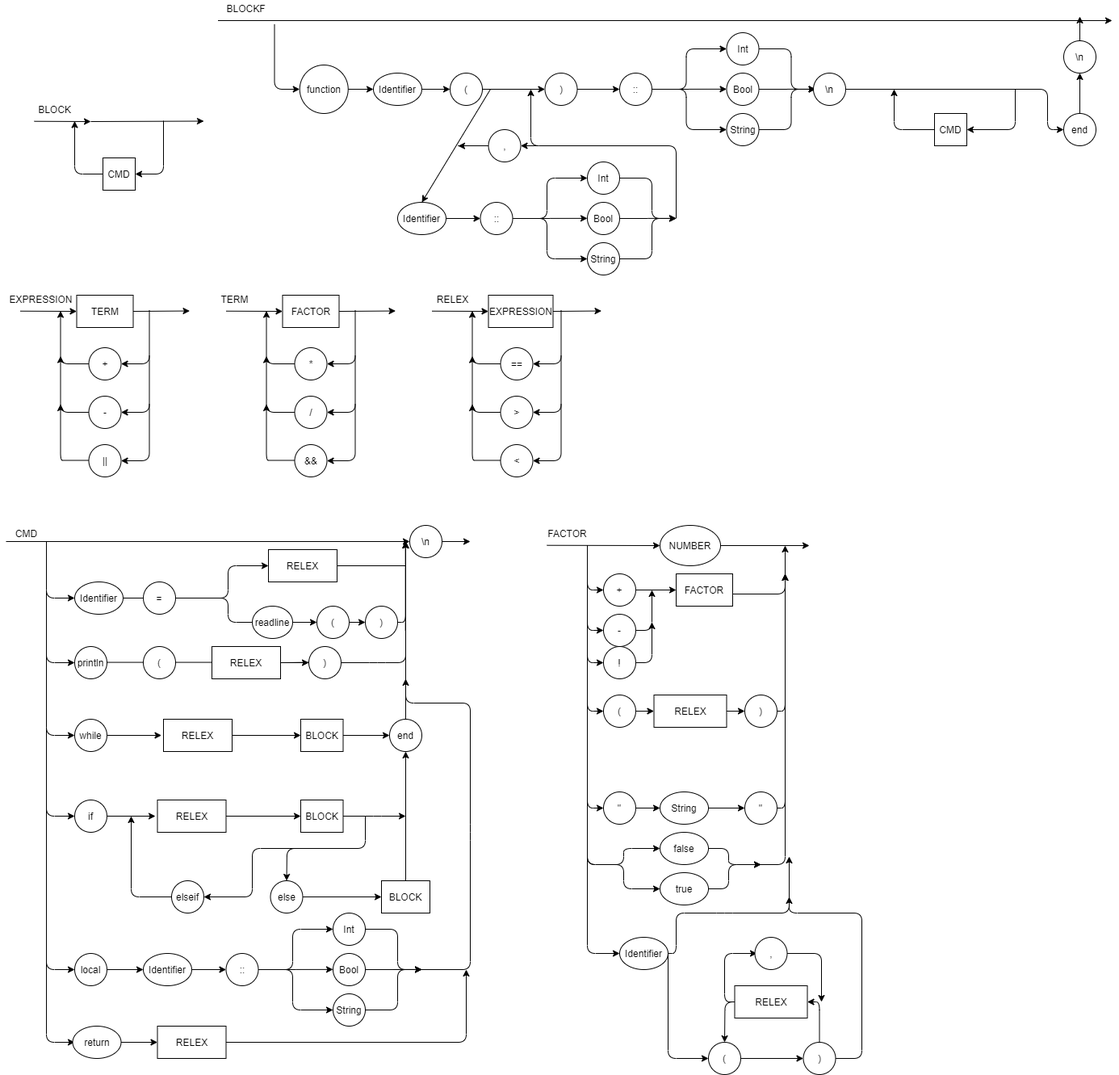
Before: Diagrams/diagrama7.png, a diagram exported from draw.io (IagoMendes/CompiladorJulia). Source tidied: cells renumbered, new cells last; positions are measured from the earlier drawing's top-left corner, leaving out a move shared by most shapes.
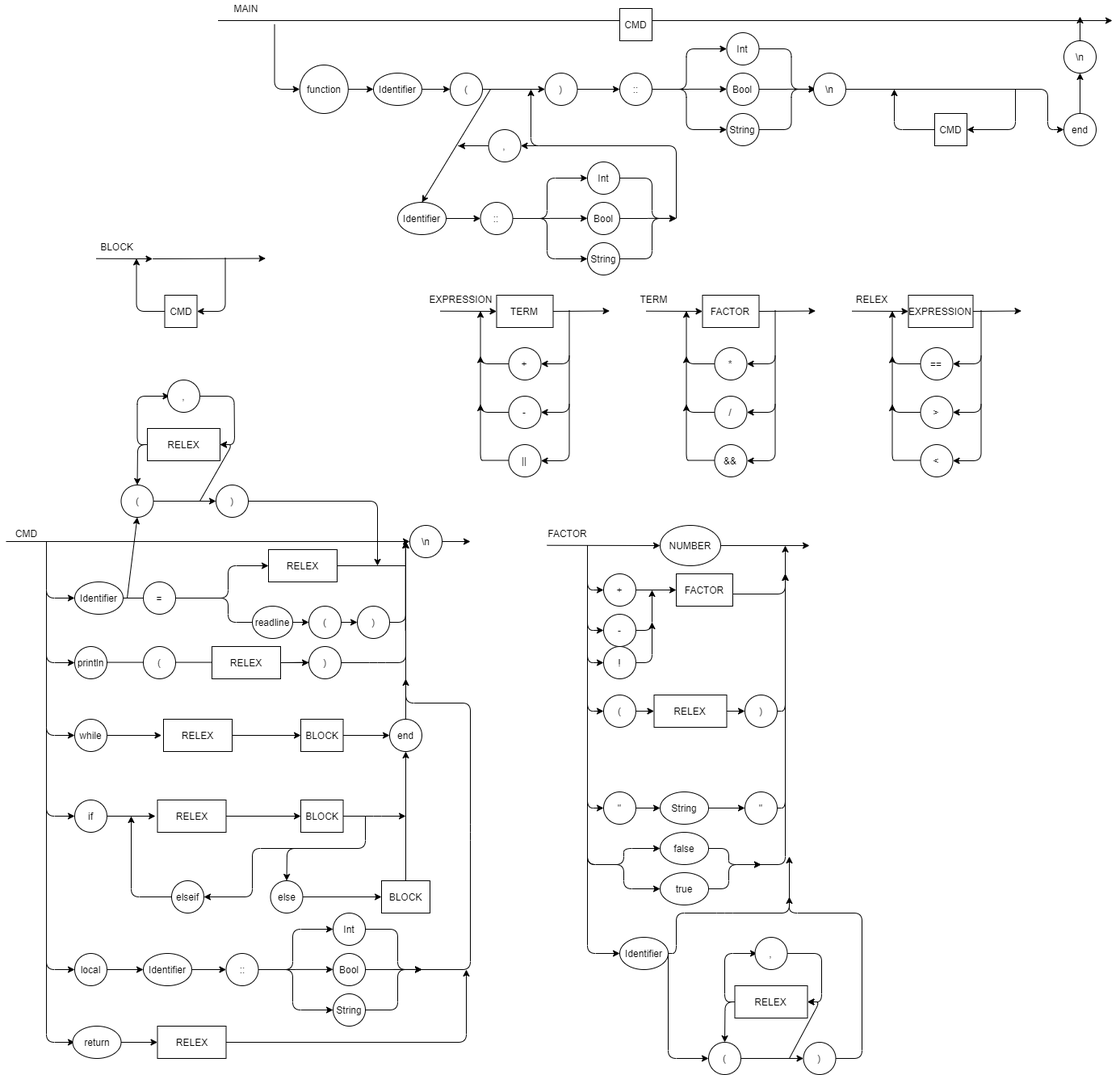
Later version of the same file.

The edit, as a diff of the source:
```diff
@@ -6,3 +6,3 @@
       <mxGeometry relative="1" as="geometry">
-        <mxPoint x="229.5" y="384.5" as="targetPoint" />
+        <mxPoint x="749.5" y="384.5" as="targetPoint" />
       </mxGeometry>
@@ -11,6 +11,6 @@
       <mxGeometry relative="1" as="geometry">
-        <mxPoint x="179.5" y="500" as="sourcePoint" />
-        <mxPoint x="144.5" y="570" as="targetPoint" />
+        <mxPoint x="699.5" y="500" as="sourcePoint" />
+        <mxPoint x="664.5" y="570" as="targetPoint" />
         <Array as="points">
-          <mxPoint x="179.5" y="570" />
+          <mxPoint x="699.5" y="570" />
         </Array>
@@ -20,5 +20,5 @@
       <mxGeometry relative="1" as="geometry">
-        <mxPoint x="69.5" y="384.5" as="targetPoint" />
+        <mxPoint x="589.5" y="384.5" as="targetPoint" />
         <Array as="points">
-          <mxPoint x="69.5" y="450" />
+          <mxPoint x="589.5" y="450" />
         </Array>
@@ -28,6 +28,6 @@
       <mxGeometry relative="1" as="geometry">
-        <mxPoint x="104.5" y="510" as="sourcePoint" />
-        <mxPoint x="69.5" y="440.5" as="targetPoint" />
+        <mxPoint x="624.5" y="510" as="sourcePoint" />
+        <mxPoint x="589.5" y="440.5" as="targetPoint" />
         <Array as="points">
-          <mxPoint x="69.5" y="510" />
+          <mxPoint x="589.5" y="510" />
         </Array>
@@ -36,6 +36,6 @@
     <mxCell id="6" value="+" style="ellipse;whiteSpace=wrap;html=1;" parent="1" vertex="1">
-      <mxGeometry x="104.5" y="430" width="40" height="40" as="geometry" />
+      <mxGeometry x="624.5" y="430" width="40" height="40" as="geometry" />
     </mxCell>
     <mxCell id="7" value="-" style="ellipse;whiteSpace=wrap;html=1;" parent="1" vertex="1">
-      <mxGeometry x="104.5" y="490" width="40" height="40" as="geometry" />
+      <mxGeometry x="624.5" y="490" width="40" height="40" as="geometry" />
     </mxCell>
@@ -43,5 +43,5 @@
       <mxGeometry relative="1" as="geometry">
-        <mxPoint x="179.5" y="384" as="sourcePoint" />
+        <mxPoint x="699.5" y="384" as="sourcePoint" />
         <Array as="points">
-          <mxPoint x="179.5" y="450" />
+          <mxPoint x="699.5" y="450" />
         </Array>
@@ -51,3 +51,3 @@
       <mxGeometry relative="1" as="geometry">
-        <mxPoint x="19.5" y="384.7" as="sourcePoint" />
+        <mxPoint x="539.5" y="384.7" as="sourcePoint" />
       </mxGeometry>
@@ -56,3 +56,3 @@
       <mxGeometry relative="1" as="geometry">
-        <mxPoint x="484.5" y="384.5" as="targetPoint" />
+        <mxPoint x="1004.5" y="384.5" as="targetPoint" />
       </mxGeometry>
@@ -61,6 +61,6 @@
       <mxGeometry relative="1" as="geometry">
-        <mxPoint x="434.5" y="440" as="sourcePoint" />
-        <mxPoint x="399.5" y="510" as="targetPoint" />
+        <mxPoint x="954.5" y="440" as="sourcePoint" />
+        <mxPoint x="919.5" y="510" as="targetPoint" />
         <Array as="points">
-          <mxPoint x="434.5" y="510" />
+          <mxPoint x="954.5" y="510" />
         </Array>
@@ -70,5 +70,5 @@
       <mxGeometry relative="1" as="geometry">
-        <mxPoint x="324.5" y="384.5" as="targetPoint" />
+        <mxPoint x="844.5" y="384.5" as="targetPoint" />
         <Array as="points">
-          <mxPoint x="324.5" y="450" />
+          <mxPoint x="844.5" y="450" />
         </Array>
@@ -78,6 +78,6 @@
       <mxGeometry relative="1" as="geometry">
-        <mxPoint x="359.5" y="510" as="sourcePoint" />
-        <mxPoint x="324.5" y="440.5" as="targetPoint" />
+        <mxPoint x="879.5" y="510" as="sourcePoint" />
+        <mxPoint x="844.5" y="440.5" as="targetPoint" />
         <Array as="points">
-          <mxPoint x="324.5" y="510" />
+          <mxPoint x="844.5" y="510" />
         </Array>
@@ -86,6 +86,6 @@
     <mxCell id="14" value="*" style="ellipse;whiteSpace=wrap;html=1;" parent="1" vertex="1">
-      <mxGeometry x="359.5" y="430" width="40" height="40" as="geometry" />
+      <mxGeometry x="879.5" y="430" width="40" height="40" as="geometry" />
     </mxCell>
     <mxCell id="15" value="/" style="ellipse;whiteSpace=wrap;html=1;" parent="1" vertex="1">
-      <mxGeometry x="359.5" y="490" width="40" height="40" as="geometry" />
+      <mxGeometry x="879.5" y="490" width="40" height="40" as="geometry" />
     </mxCell>
@@ -93,5 +93,5 @@
       <mxGeometry relative="1" as="geometry">
-        <mxPoint x="434.5" y="384" as="sourcePoint" />
+        <mxPoint x="954.5" y="384" as="sourcePoint" />
         <Array as="points">
-          <mxPoint x="434.5" y="450" />
+          <mxPoint x="954.5" y="450" />
         </Array>
@@ -101,3 +101,3 @@
       <mxGeometry relative="1" as="geometry">
-        <mxPoint x="274.5" y="384.7" as="sourcePoint" />
+        <mxPoint x="794.5" y="384.7" as="sourcePoint" />
       </mxGeometry>
@@ -105,9 +105,9 @@
     <mxCell id="18" value="EXPRESSION" style="text;html=1;align=center;verticalAlign=middle;" parent="1" vertex="1">
-      <mxGeometry x="-0.5" y="360" width="90" height="20" as="geometry" />
+      <mxGeometry x="519.5" y="360" width="90" height="20" as="geometry" />
     </mxCell>
     <mxCell id="19" value="TERM" style="text;html=1;align=center;verticalAlign=middle;" parent="1" vertex="1">
-      <mxGeometry x="259.5" y="360" width="50" height="20" as="geometry" />
+      <mxGeometry x="779.5" y="360" width="50" height="20" as="geometry" />
     </mxCell>
     <mxCell id="20" value="TERM" style="rounded=0;whiteSpace=wrap;html=1;" parent="1" vertex="1">
-      <mxGeometry x="89.5" y="365" width="70" height="40" as="geometry" />
+      <mxGeometry x="609.5" y="365" width="70" height="40" as="geometry" />
     </mxCell>
@@ -149,3 +149,3 @@
     <mxCell id="28" value="FACTOR" style="rounded=0;whiteSpace=wrap;html=1;" parent="1" vertex="1">
-      <mxGeometry x="344.5" y="365" width="70" height="40" as="geometry" />
+      <mxGeometry x="864.5" y="365" width="70" height="40" as="geometry" />
     </mxCell>
@@ -202,4 +202,4 @@
       <mxGeometry relative="1" as="geometry">
-        <mxPoint x="107" y="150" as="sourcePoint" />
-        <mxPoint x="247" y="149.5" as="targetPoint" />
+        <mxPoint x="183.5" y="320" as="sourcePoint" />
+        <mxPoint x="323.5" y="319.5" as="targetPoint" />
       </mxGeometry>
@@ -208,5 +208,5 @@
       <mxGeometry relative="1" as="geometry">
-        <mxPoint x="87" y="149.5" as="targetPoint" />
+        <mxPoint x="163.5" y="319.5" as="targetPoint" />
         <Array as="points">
-          <mxPoint x="87" y="215" />
+          <mxPoint x="163.5" y="385" />
         </Array>
@@ -215,3 +215,3 @@
     <mxCell id="42" value="CMD" style="rounded=0;whiteSpace=wrap;html=1;" parent="1" vertex="1">
-      <mxGeometry x="122" y="195" width="40" height="40" as="geometry" />
+      <mxGeometry x="198.5" y="365" width="40" height="40" as="geometry" />
     </mxCell>
@@ -219,5 +219,5 @@
       <mxGeometry relative="1" as="geometry">
-        <mxPoint x="197" y="149" as="sourcePoint" />
+        <mxPoint x="273.5" y="319" as="sourcePoint" />
         <Array as="points">
-          <mxPoint x="197" y="215" />
+          <mxPoint x="273.5" y="385" />
         </Array>
@@ -227,4 +227,4 @@
       <mxGeometry relative="1" as="geometry">
-        <mxPoint x="37" y="149.7" as="sourcePoint" />
-        <mxPoint x="107" y="150" as="targetPoint" />
+        <mxPoint x="113.5" y="319.7" as="sourcePoint" />
+        <mxPoint x="183.5" y="320" as="targetPoint" />
       </mxGeometry>
@@ -232,3 +232,3 @@
     <mxCell id="45" value="BLOCK" style="text;html=1;align=center;verticalAlign=middle;" parent="1" vertex="1">
-      <mxGeometry x="32" y="125" width="60" height="20" as="geometry" />
+      <mxGeometry x="108.5" y="295" width="60" height="20" as="geometry" />
     </mxCell>
@@ -407,3 +407,3 @@
     <mxCell id="81" value="(" style="ellipse;whiteSpace=wrap;html=1;" parent="1" vertex="1">
-      <mxGeometry x="387" y="750" width="40" height="40" as="geometry" />
+      <mxGeometry x="377" y="750" width="40" height="40" as="geometry" />
     </mxCell>
@@ -416,3 +416,3 @@
     <mxCell id="84" value=")" style="ellipse;whiteSpace=wrap;html=1;" parent="1" vertex="1">
-      <mxGeometry x="447" y="750" width="40" height="40" as="geometry" />
+      <mxGeometry x="437" y="750" width="40" height="40" as="geometry" />
     </mxCell>
@@ -513,3 +513,3 @@
     <mxCell id="102" value="||" style="ellipse;whiteSpace=wrap;html=1;" parent="1" vertex="1">
-      <mxGeometry x="104.5" y="550" width="40" height="40" as="geometry" />
+      <mxGeometry x="624.5" y="550" width="40" height="40" as="geometry" />
     </mxCell>
@@ -517,6 +517,6 @@
       <mxGeometry relative="1" as="geometry">
-        <mxPoint x="179.5" y="440" as="sourcePoint" />
-        <mxPoint x="144.5" y="510" as="targetPoint" />
+        <mxPoint x="699.5" y="440" as="sourcePoint" />
+        <mxPoint x="664.5" y="510" as="targetPoint" />
         <Array as="points">
-          <mxPoint x="179.5" y="510" />
+          <mxPoint x="699.5" y="510" />
         </Array>
@@ -526,7 +526,7 @@
       <mxGeometry relative="1" as="geometry">
-        <mxPoint x="104.5" y="569.5" as="sourcePoint" />
-        <mxPoint x="69.5" y="500" as="targetPoint" />
+        <mxPoint x="624.5" y="569.5" as="sourcePoint" />
+        <mxPoint x="589.5" y="500" as="targetPoint" />
         <Array as="points">
-          <mxPoint x="79.5" y="569.5" />
-          <mxPoint x="69.5" y="569.5" />
+          <mxPoint x="599.5" y="569.5" />
+          <mxPoint x="589.5" y="569.5" />
         </Array>
@@ -536,6 +536,6 @@
       <mxGeometry relative="1" as="geometry">
-        <mxPoint x="434.5" y="500" as="sourcePoint" />
-        <mxPoint x="399.5" y="570" as="targetPoint" />
+        <mxPoint x="954.5" y="500" as="sourcePoint" />
+        <mxPoint x="919.5" y="570" as="targetPoint" />
         <Array as="points">
-          <mxPoint x="434.5" y="570" />
+          <mxPoint x="954.5" y="570" />
         </Array>
@@ -544,3 +544,3 @@
     <mxCell id="106" value="&amp;amp;&amp;amp;" style="ellipse;whiteSpace=wrap;html=1;" parent="1" vertex="1">
-      <mxGeometry x="359.5" y="550" width="40" height="40" as="geometry" />
+      <mxGeometry x="879.5" y="550" width="40" height="40" as="geometry" />
     </mxCell>
@@ -548,7 +548,7 @@
       <mxGeometry relative="1" as="geometry">
-        <mxPoint x="359.5" y="569.5" as="sourcePoint" />
-        <mxPoint x="324.5" y="500" as="targetPoint" />
+        <mxPoint x="879.5" y="569.5" as="sourcePoint" />
+        <mxPoint x="844.5" y="500" as="targetPoint" />
         <Array as="points">
-          <mxPoint x="334.5" y="569.5" />
-          <mxPoint x="324.5" y="569.5" />
+          <mxPoint x="854.5" y="569.5" />
+          <mxPoint x="844.5" y="569.5" />
         </Array>
@@ -558,3 +558,3 @@
       <mxGeometry relative="1" as="geometry">
-        <mxPoint x="739.5" y="384.5" as="targetPoint" />
+        <mxPoint x="1259.5" y="384.5" as="targetPoint" />
       </mxGeometry>
@@ -563,6 +563,6 @@
       <mxGeometry relative="1" as="geometry">
-        <mxPoint x="689.5" y="500" as="sourcePoint" />
-        <mxPoint x="654.5" y="570" as="targetPoint" />
+        <mxPoint x="1209.5" y="500" as="sourcePoint" />
+        <mxPoint x="1174.5" y="570" as="targetPoint" />
         <Array as="points">
-          <mxPoint x="689.5" y="570" />
+          <mxPoint x="1209.5" y="570" />
         </Array>
@@ -572,5 +572,5 @@
       <mxGeometry relative="1" as="geometry">
-        <mxPoint x="579.5" y="384.5" as="targetPoint" />
+        <mxPoint x="1099.5" y="384.5" as="targetPoint" />
         <Array as="points">
-          <mxPoint x="579.5" y="450" />
+          <mxPoint x="1099.5" y="450" />
         </Array>
@@ -580,6 +580,6 @@
       <mxGeometry relative="1" as="geometry">
-        <mxPoint x="614.5" y="510" as="sourcePoint" />
-        <mxPoint x="579.5" y="440.5" as="targetPoint" />
+        <mxPoint x="1134.5" y="510" as="sourcePoint" />
+        <mxPoint x="1099.5" y="440.5" as="targetPoint" />
         <Array as="points">
-          <mxPoint x="579.5" y="510" />
+          <mxPoint x="1099.5" y="510" />
         </Array>
@@ -588,6 +588,6 @@
     <mxCell id="112" value="==" style="ellipse;whiteSpace=wrap;html=1;" parent="1" vertex="1">
-      <mxGeometry x="614.5" y="430" width="40" height="40" as="geometry" />
+      <mxGeometry x="1134.5" y="430" width="40" height="40" as="geometry" />
     </mxCell>
     <mxCell id="113" value="&amp;gt;" style="ellipse;whiteSpace=wrap;html=1;" parent="1" vertex="1">
-      <mxGeometry x="614.5" y="490" width="40" height="40" as="geometry" />
+      <mxGeometry x="1134.5" y="490" width="40" height="40" as="geometry" />
     </mxCell>
@@ -595,5 +595,5 @@
       <mxGeometry relative="1" as="geometry">
-        <mxPoint x="689.5" y="384" as="sourcePoint" />
+        <mxPoint x="1209.5" y="384" as="sourcePoint" />
         <Array as="points">
-          <mxPoint x="689.5" y="450" />
+          <mxPoint x="1209.5" y="450" />
         </Array>
@@ -603,3 +603,3 @@
       <mxGeometry relative="1" as="geometry">
-        <mxPoint x="529.5" y="384.7" as="sourcePoint" />
+        <mxPoint x="1049.5" y="384.7" as="sourcePoint" />
       </mxGeometry>
@@ -607,9 +607,9 @@
     <mxCell id="116" value="RELEX" style="text;html=1;align=center;verticalAlign=middle;" parent="1" vertex="1">
-      <mxGeometry x="529.5" y="360" width="50" height="20" as="geometry" />
+      <mxGeometry x="1049.5" y="360" width="50" height="20" as="geometry" />
     </mxCell>
     <mxCell id="117" value="EXPRESSION" style="rounded=0;whiteSpace=wrap;html=1;" parent="1" vertex="1">
-      <mxGeometry x="599.5" y="365" width="80" height="40" as="geometry" />
+      <mxGeometry x="1119.5" y="365" width="80" height="40" as="geometry" />
     </mxCell>
     <mxCell id="118" value="&amp;lt;" style="ellipse;whiteSpace=wrap;html=1;" parent="1" vertex="1">
-      <mxGeometry x="614.5" y="550" width="40" height="40" as="geometry" />
+      <mxGeometry x="1134.5" y="550" width="40" height="40" as="geometry" />
     </mxCell>
@@ -617,6 +617,6 @@
       <mxGeometry relative="1" as="geometry">
-        <mxPoint x="689.5" y="440" as="sourcePoint" />
-        <mxPoint x="654.5" y="510" as="targetPoint" />
+        <mxPoint x="1209.5" y="440" as="sourcePoint" />
+        <mxPoint x="1174.5" y="510" as="targetPoint" />
         <Array as="points">
-          <mxPoint x="689.5" y="510" />
+          <mxPoint x="1209.5" y="510" />
         </Array>
@@ -626,7 +626,7 @@
       <mxGeometry relative="1" as="geometry">
-        <mxPoint x="614.5" y="569.5" as="sourcePoint" />
-        <mxPoint x="579.5" y="500" as="targetPoint" />
+        <mxPoint x="1134.5" y="569.5" as="sourcePoint" />
+        <mxPoint x="1099.5" y="500" as="targetPoint" />
         <Array as="points">
-          <mxPoint x="589.5" y="569.5" />
-          <mxPoint x="579.5" y="569.5" />
+          <mxPoint x="1109.5" y="569.5" />
+          <mxPoint x="1099.5" y="569.5" />
         </Array>
@@ -816,4 +816,4 @@
     </mxCell>
-    <mxCell id="152" value="BLOCKF" style="text;html=1;align=center;verticalAlign=middle;" parent="1" vertex="1">
-      <mxGeometry x="268.5" width="60" height="20" as="geometry" />
+    <mxCell id="152" value="MAIN" style="text;html=1;align=center;verticalAlign=middle;" parent="1" vertex="1">
+      <mxGeometry x="273.5" width="50" height="20" as="geometry" />
     </mxCell>
@@ -1115,4 +1115,5 @@
     </mxCell>
-    <mxCell id="211" style="endArrow=classic;html=1;entryX=1;entryY=0.5;entryDx=0;entryDy=0;exitX=0.5;exitY=0;exitDx=0;exitDy=0;" parent="1" edge="1" source="209" target="213">
+    <mxCell id="211" style="endArrow=classic;html=1;entryX=1;entryY=0.5;entryDx=0;entryDy=0;" parent="1" edge="1" target="213">
       <mxGeometry relative="1" as="geometry">
+        <mxPoint x="972" y="1310" as="sourcePoint" />
         <Array as="points">
@@ -1144,7 +1145,7 @@
     </mxCell>
-    <mxCell id="216" style="endArrow=classic;html=1;exitX=1;exitY=0.5;exitDx=0;exitDy=0;" parent="1" edge="1" source="215">
+    <mxCell id="216" style="endArrow=classic;html=1;exitX=1;exitY=0.5;exitDx=0;exitDy=0;entryX=1;entryY=0.5;entryDx=0;entryDy=0;" parent="1" edge="1" source="215" target="213">
       <mxGeometry relative="1" as="geometry">
-        <mxPoint x="1012" y="1240" as="targetPoint" />
         <Array as="points">
           <mxPoint x="1012" y="1180" />
+          <mxPoint x="1012" y="1240" />
         </Array>
@@ -1162,2 +1163,68 @@
     </mxCell>
+    <mxCell id="218" value="CMD" style="rounded=0;whiteSpace=wrap;html=1;" parent="1" vertex="1">
+      <mxGeometry x="762" y="10" width="40" height="40" as="geometry" />
+    </mxCell>
+    <mxCell id="219" style="edgeStyle=orthogonalEdgeStyle;rounded=0;jettySize=auto;html=1;exitX=1;exitY=0.5;exitDx=0;exitDy=0;" parent="1" edge="1" source="220" target="221">
+      <mxGeometry relative="1" as="geometry" />
+    </mxCell>
+    <mxCell id="220" value="(" style="ellipse;whiteSpace=wrap;html=1;" parent="1" vertex="1">
+      <mxGeometry x="144.5" y="600" width="40" height="40" as="geometry" />
+    </mxCell>
+    <mxCell id="221" value=")" style="ellipse;whiteSpace=wrap;html=1;" parent="1" vertex="1">
+      <mxGeometry x="262" y="600" width="40" height="40" as="geometry" />
+    </mxCell>
+    <mxCell id="222" value="," style="ellipse;whiteSpace=wrap;html=1;" parent="1" vertex="1">
+      <mxGeometry x="199.5" y="530" width="40" height="40" as="geometry" />
+    </mxCell>
+    <mxCell id="223" style="endArrow=classic;html=1;entryX=1;entryY=0.5;entryDx=0;entryDy=0;" parent="1" edge="1" target="225">
+      <mxGeometry relative="1" as="geometry">
+        <mxPoint x="242" y="620" as="sourcePoint" />
+        <Array as="points">
+          <mxPoint x="282" y="550" />
+        </Array>
+      </mxGeometry>
+    </mxCell>
+    <mxCell id="224" style="endArrow=classic;html=1;entryX=0.5;entryY=0;entryDx=0;entryDy=0;exitX=0;exitY=0.5;exitDx=0;exitDy=0;" parent="1" edge="1" source="222" target="220">
+      <mxGeometry relative="1" as="geometry">
+        <Array as="points">
+          <mxPoint x="165" y="550" />
+        </Array>
+      </mxGeometry>
+    </mxCell>
+    <mxCell id="225" value="RELEX" style="rounded=0;whiteSpace=wrap;html=1;" parent="1" vertex="1">
+      <mxGeometry x="177" y="530" width="90" height="40" as="geometry" />
+    </mxCell>
+    <mxCell id="226" style="endArrow=classic;html=1;exitX=0;exitY=0.5;exitDx=0;exitDy=0;" parent="1" edge="1" source="225">
+      <mxGeometry relative="1" as="geometry">
+        <mxPoint x="204.5" y="490" as="targetPoint" />
+        <Array as="points">
+          <mxPoint x="164.5" y="550" />
+          <mxPoint x="164.5" y="490" />
+        </Array>
+      </mxGeometry>
+    </mxCell>
+    <mxCell id="227" value="," style="ellipse;whiteSpace=wrap;html=1;" parent="1" vertex="1">
+      <mxGeometry x="202" y="470" width="40" height="40" as="geometry" />
+    </mxCell>
+    <mxCell id="228" style="endArrow=classic;html=1;exitX=1;exitY=0.5;exitDx=0;exitDy=0;entryX=1;entryY=0.5;entryDx=0;entryDy=0;" parent="1" edge="1" source="227" target="225">
+      <mxGeometry relative="1" as="geometry">
+        <Array as="points">
+          <mxPoint x="284.5" y="490" />
+          <mxPoint x="285" y="550" />
+        </Array>
+      </mxGeometry>
+    </mxCell>
+    <mxCell id="229" style="endArrow=classic;html=1;entryX=0.5;entryY=1;entryDx=0;entryDy=0;" parent="1" edge="1" target="220">
+      <mxGeometry relative="1" as="geometry">
+        <mxPoint x="152" y="740" as="sourcePoint" />
+      </mxGeometry>
+    </mxCell>
+    <mxCell id="230" style="endArrow=classic;html=1;exitX=1;exitY=0.5;exitDx=0;exitDy=0;" parent="1" edge="1" source="221">
+      <mxGeometry relative="1" as="geometry">
+        <mxPoint x="462" y="700" as="targetPoint" />
+        <Array as="points">
+          <mxPoint x="462" y="620" />
+        </Array>
+      </mxGeometry>
+    </mxCell>
   </root>
```
